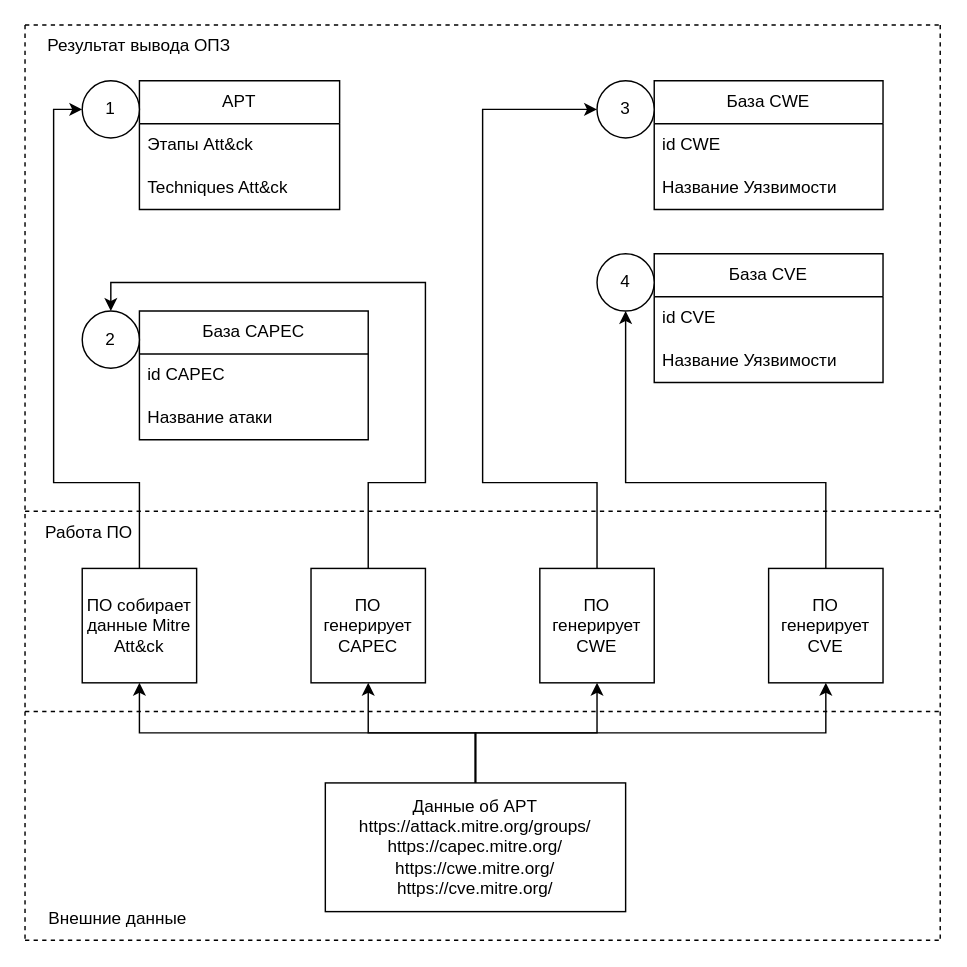
Earlier version of the draw.io diagram New_Shema_OPZ/(Обновленная схема ОПЗ) Входные данные.drawio (SmirnovBogdan8/Diplom). Source tidied: cells renumbered, new cells numbered last; positions are measured from the earlier drawing's top-left corner, leaving out a move shared by most shapes. Both pictures are drawn from the tidied source at 143%, with x=0, y=0 at pixel (24, 24).
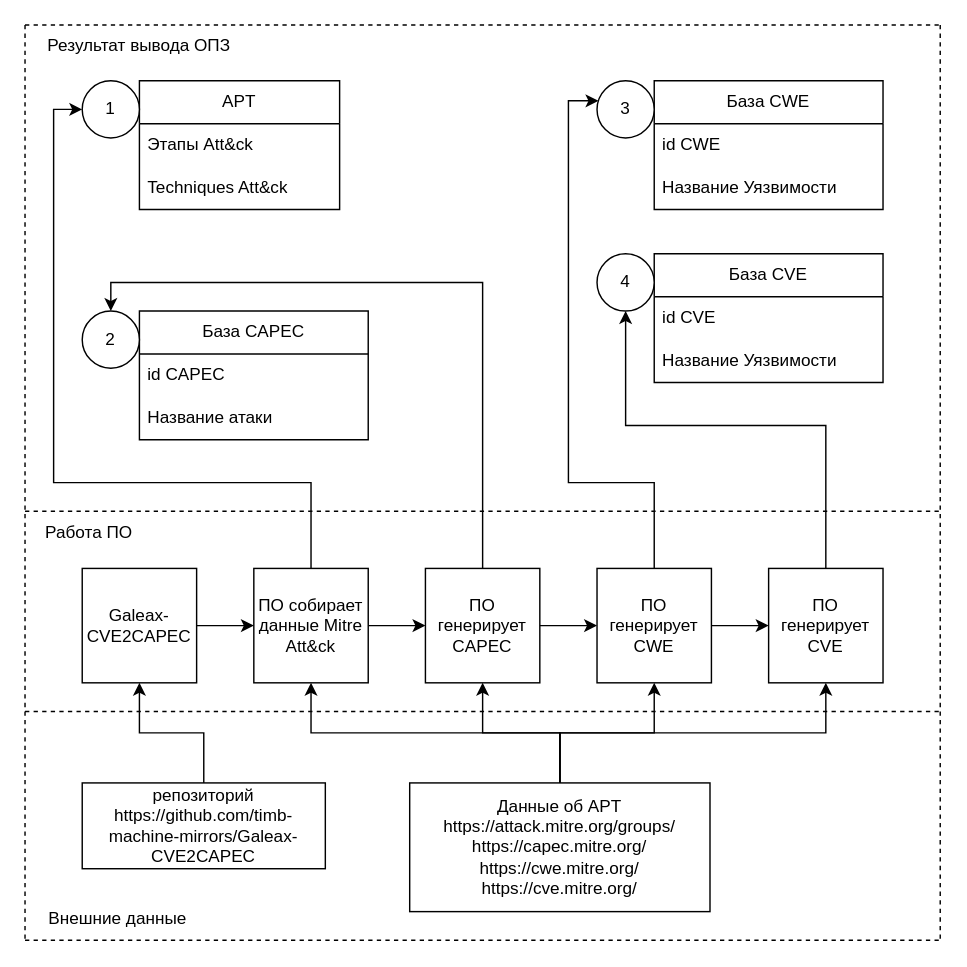
The same diagram, later.

Commit message (it also covers changes not shown here):
Внесение программ Galeax-CVE2CAPEC и SSVC Calculator

Unchanged cells that the change refers to:
```xml
<mxCell id="17" value="1" style="ellipse;whiteSpace=wrap;html=1;" parent="1" vertex="1">
  <mxGeometry x="40" y="39" width="40" height="40" as="geometry" />
</mxCell>
<mxCell id="21" value="2" style="ellipse;whiteSpace=wrap;html=1;" parent="1" vertex="1">
  <mxGeometry x="40" y="200" width="40" height="40" as="geometry" />
</mxCell>
<mxCell id="25" value="ПО генерирует&lt;div&gt;CVE&lt;/div&gt;" style="whiteSpace=wrap;html=1;" parent="1" vertex="1">
  <mxGeometry x="520" y="380" width="80" height="80" as="geometry" />
</mxCell>
<mxCell id="26" value="3" style="ellipse;whiteSpace=wrap;html=1;" parent="1" vertex="1">
  <mxGeometry x="400" y="39" width="40" height="40" as="geometry" />
</mxCell>
<mxCell id="27" value="4" style="ellipse;whiteSpace=wrap;html=1;" parent="1" vertex="1">
  <mxGeometry x="400" y="160" width="40" height="40" as="geometry" />
</mxCell>
```

Change to the diagram source:
```diff
@@
+    <mxCell id="40" style="edgeStyle=orthogonalEdgeStyle;rounded=0;jettySize=auto;html=1;" parent="1" edge="1" source="15" target="23">
+      <mxGeometry relative="1" as="geometry" />
+    </mxCell>
     <mxCell id="14" style="edgeStyle=orthogonalEdgeStyle;rounded=0;jettySize=auto;html=1;exitX=0.5;exitY=0;exitDx=0;exitDy=0;entryX=0.5;entryY=0;entryDx=0;entryDy=0;" parent="1" edge="1" source="15" target="21">
-      <mxGeometry relative="1" as="geometry">
-        <Array as="points">
-          <mxPoint x="240" y="320" />
-          <mxPoint x="280" y="320" />
-          <mxPoint x="280" y="180" />
-          <mxPoint x="60" y="180" />
-        </Array>
-      </mxGeometry>
+      <mxGeometry relative="1" as="geometry" />
     </mxCell>
     <mxCell id="15" value="ПО генерирует CAPEC" style="whiteSpace=wrap;html=1;" parent="1" vertex="1">
-      <mxGeometry x="200" y="380" width="80" height="80" as="geometry" />
+      <mxGeometry x="280" y="380" width="80" height="80" as="geometry" />
     </mxCell>
@@
-    <mxCell id="22" style="edgeStyle=orthogonalEdgeStyle;rounded=0;jettySize=auto;html=1;exitX=0.5;exitY=0;exitDx=0;exitDy=0;entryX=0;entryY=0.5;entryDx=0;entryDy=0;" parent="1" edge="1" source="23" target="26">
-      <mxGeometry relative="1" as="geometry">
-        <Array as="points">
-          <mxPoint x="400" y="320" />
-          <mxPoint x="320" y="320" />
-          <mxPoint x="320" y="59" />
-        </Array>
-      </mxGeometry>
-    </mxCell>
+    <mxCell id="41" style="edgeStyle=orthogonalEdgeStyle;rounded=0;jettySize=auto;html=1;" parent="1" edge="1" source="23" target="25">
+      <mxGeometry relative="1" as="geometry" />
+    </mxCell>
     <mxCell id="23" value="ПО генерирует&lt;div&gt;CWE&lt;/div&gt;" style="whiteSpace=wrap;html=1;" parent="1" vertex="1">
-      <mxGeometry x="360" y="380" width="80" height="80" as="geometry" />
+      <mxGeometry x="400" y="380" width="80" height="80" as="geometry" />
     </mxCell>
     <mxCell id="24" style="edgeStyle=orthogonalEdgeStyle;rounded=0;jettySize=auto;html=1;exitX=0.5;exitY=0;exitDx=0;exitDy=0;entryX=0.5;entryY=1;entryDx=0;entryDy=0;" parent="1" edge="1" source="25" target="27">
       <mxGeometry relative="1" as="geometry">
         <Array as="points">
-          <mxPoint x="560" y="320" />
-          <mxPoint x="420" y="320" />
+          <mxPoint x="560" y="280" />
+          <mxPoint x="420" y="280" />
         </Array>
       </mxGeometry>
     </mxCell>
@@
+    <mxCell id="42" style="edgeStyle=orthogonalEdgeStyle;rounded=0;jettySize=auto;html=1;" parent="1" edge="1" source="29" target="15">
+      <mxGeometry relative="1" as="geometry" />
+    </mxCell>
     <mxCell id="28" style="edgeStyle=orthogonalEdgeStyle;rounded=0;jettySize=auto;html=1;exitX=0.5;exitY=0;exitDx=0;exitDy=0;entryX=0;entryY=0.5;entryDx=0;entryDy=0;" parent="1" edge="1" source="29" target="17">
       <mxGeometry relative="1" as="geometry">
         <Array as="points">
-          <mxPoint x="80" y="320" />
+          <mxPoint x="200" y="320" />
           <mxPoint x="20" y="320" />
           <mxPoint x="20" y="59" />
         </Array>
       </mxGeometry>
     </mxCell>
     <mxCell id="29" value="ПО собирает данные Mitre Att&amp;amp;ck" style="whiteSpace=wrap;html=1;" parent="1" vertex="1">
-      <mxGeometry x="40" y="380" width="80" height="80" as="geometry" />
+      <mxGeometry x="160" y="380" width="80" height="80" as="geometry" />
     </mxCell>
@@
     <mxCell id="34" value="Данные об APT&lt;br&gt;https://attack.mitre.org/groups/&lt;div&gt;https://capec.mitre.org/&lt;br&gt;&lt;/div&gt;&lt;div&gt;https://cwe.mitre.org/&lt;br&gt;&lt;/div&gt;&lt;div&gt;https://cve.mitre.org/&lt;br&gt;&lt;/div&gt;" style="rounded=0;whiteSpace=wrap;html=1;" parent="1" vertex="1">
-      <mxGeometry x="210" y="530" width="210" height="90" as="geometry" />
+      <mxGeometry x="269" y="530" width="210" height="90" as="geometry" />
     </mxCell>
@@
+    <mxCell id="43" style="edgeStyle=orthogonalEdgeStyle;rounded=0;jettySize=auto;html=1;" parent="1" edge="1" source="44" target="29">
+      <mxGeometry relative="1" as="geometry" />
+    </mxCell>
+    <mxCell id="44" value="&lt;div&gt;Galeax-CVE2CAPEC&lt;/div&gt;" style="whiteSpace=wrap;html=1;" parent="1" vertex="1">
+      <mxGeometry x="40" y="380" width="80" height="80" as="geometry" />
+    </mxCell>
+    <mxCell id="22" style="edgeStyle=orthogonalEdgeStyle;rounded=0;jettySize=auto;html=1;exitX=0.5;exitY=0;exitDx=0;exitDy=0;entryX=0.025;entryY=0.35;entryDx=0;entryDy=0;entryPerimeter=0;" parent="1" edge="1" source="23" target="26">
+      <mxGeometry relative="1" as="geometry">
+        <Array as="points">
+          <mxPoint x="440" y="320" />
+          <mxPoint x="380" y="320" />
+          <mxPoint x="380" y="53" />
+        </Array>
+      </mxGeometry>
+    </mxCell>
+    <mxCell id="45" style="edgeStyle=orthogonalEdgeStyle;rounded=0;jettySize=auto;html=1;entryX=0.5;entryY=1;entryDx=0;entryDy=0;" parent="1" edge="1" source="46" target="44">
+      <mxGeometry relative="1" as="geometry">
+        <Array as="points">
+          <mxPoint x="125" y="495" />
+          <mxPoint x="80" y="495" />
+        </Array>
+      </mxGeometry>
+    </mxCell>
+    <mxCell id="46" value="репозиторий&lt;br&gt;https://github.com/timb-machine-mirrors/Galeax-CVE2CAPEC" style="rounded=0;whiteSpace=wrap;html=1;" parent="1" vertex="1">
+      <mxGeometry x="40" y="530" width="170" height="60" as="geometry" />
+    </mxCell>
```
